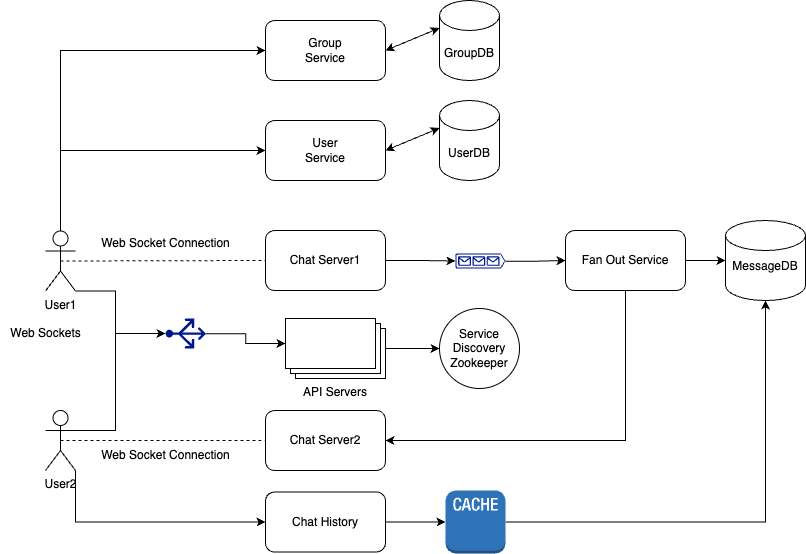
This is images/ChatSystem.png from muskan70/HLDSolutions, a draw.io export, as it was before one commit. Source tidied: cells renumbered, new cells last; positions are measured from the earlier drawing's top-left corner, leaving out a move shared by most shapes.
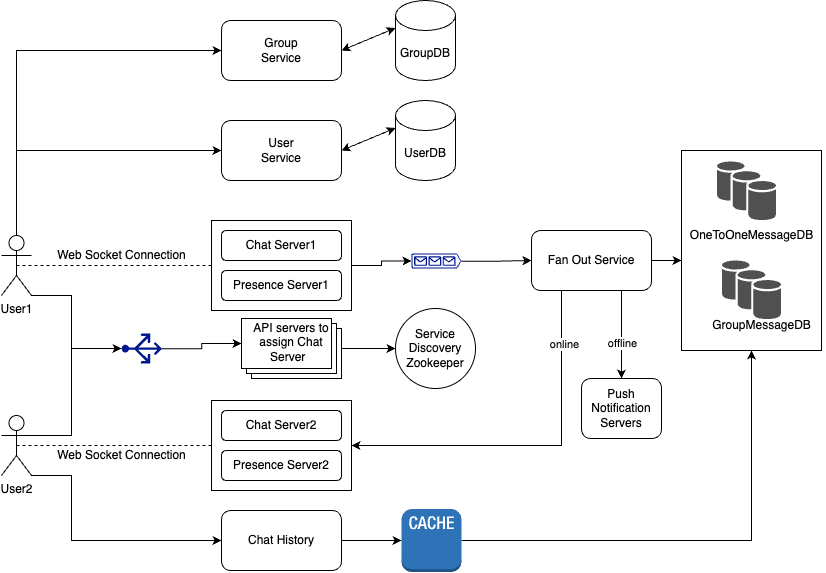
After the commit.

Commit message:
chat system go through added

Diff of the diagram source:
```diff
@@ -2,9 +2,15 @@
   <root>
     <mxCell id="0" />
     <mxCell id="1" parent="0" />
-    <mxCell id="2" value="MessageDB&lt;div&gt;&lt;br&gt;&lt;/div&gt;" style="shape=cylinder3;whiteSpace=wrap;html=1;boundedLbl=1;backgroundOutline=1;size=15;" parent="1" vertex="1">
-      <mxGeometry x="725" y="220" width="80" height="80" as="geometry" />
-    </mxCell>
+    <mxCell id="38" style="rounded=0;whiteSpace=wrap;html=1;" parent="1" vertex="1">
+      <mxGeometry x="725" y="150" width="140" height="200" as="geometry" />
+    </mxCell>
+    <mxCell id="39" style="rounded=0;whiteSpace=wrap;html=1;" parent="1" vertex="1">
+      <mxGeometry x="255" y="400" width="140" height="90" as="geometry" />
+    </mxCell>
+    <mxCell id="40" style="rounded=0;whiteSpace=wrap;html=1;" parent="1" vertex="1">
+      <mxGeometry x="255" y="220" width="140" height="90" as="geometry" />
+    </mxCell>
     <mxCell id="3" style="edgeStyle=orthogonalEdgeStyle;rounded=0;jettySize=auto;html=1;exitX=0.5;exitY=0;exitDx=0;exitDy=0;exitPerimeter=0;entryX=0;entryY=0.5;entryDx=0;entryDy=0;" parent="1" edge="1" source="5" target="17">
       <mxGeometry relative="1" as="geometry" />
     </mxCell>
@@ -16,40 +22,55 @@
       </mxGeometry>
     </mxCell>
     <mxCell id="5" value="User1" style="shape=umlActor;verticalLabelPosition=bottom;verticalAlign=top;html=1;outlineConnect=0;" parent="1" vertex="1">
-      <mxGeometry x="45" y="230.5" width="30" height="60" as="geometry" />
+      <mxGeometry x="45" y="235" width="30" height="60" as="geometry" />
     </mxCell>
-    <mxCell id="6" style="edgeStyle=orthogonalEdgeStyle;rounded=0;jettySize=auto;html=1;exitX=1;exitY=0.5;exitDx=0;exitDy=0;" parent="1" edge="1" source="7" target="13">
+    <mxCell id="6" style="edgeStyle=orthogonalEdgeStyle;rounded=0;jettySize=auto;html=1;exitX=1;exitY=0.5;exitDx=0;exitDy=0;" parent="1" edge="1" source="40" target="13">
       <mxGeometry relative="1" as="geometry" />
     </mxCell>
     <mxCell id="7" value="Chat Server1" style="rounded=1;whiteSpace=wrap;html=1;" parent="1" vertex="1">
-      <mxGeometry x="265" y="230" width="120" height="60" as="geometry" />
+      <mxGeometry x="265" y="230" width="120" height="30" as="geometry" />
     </mxCell>
     <mxCell id="8" style="edgeStyle=orthogonalEdgeStyle;rounded=0;jettySize=auto;html=1;exitX=1;exitY=1;exitDx=0;exitDy=0;exitPerimeter=0;entryX=0;entryY=0.5;entryDx=0;entryDy=0;" parent="1" edge="1" source="9" target="25">
-      <mxGeometry relative="1" as="geometry" />
+      <mxGeometry relative="1" as="geometry">
+        <Array as="points">
+          <mxPoint x="115" y="475" />
+          <mxPoint x="115" y="540" />
+        </Array>
+      </mxGeometry>
     </mxCell>
     <mxCell id="9" value="User2" style="shape=umlActor;verticalLabelPosition=bottom;verticalAlign=top;html=1;outlineConnect=0;" parent="1" vertex="1">
-      <mxGeometry x="45" y="410" width="30" height="60" as="geometry" />
+      <mxGeometry x="45" y="415" width="30" height="60" as="geometry" />
     </mxCell>
     <mxCell id="10" value="Chat Server2" style="rounded=1;whiteSpace=wrap;html=1;" parent="1" vertex="1">
-      <mxGeometry x="265" y="410" width="120" height="60" as="geometry" />
+      <mxGeometry x="265" y="410" width="120" height="30" as="geometry" />
     </mxCell>
-    <mxCell id="11" value="Web Sockets" style="text;html=1;align=center;verticalAlign=middle;strokeColor=none;fillColor=none;" parent="1" vertex="1">
-      <mxGeometry y="318" width="90" height="30" as="geometry" />
-    </mxCell>
     <mxCell id="12" style="edgeStyle=orthogonalEdgeStyle;rounded=0;jettySize=auto;html=1;exitX=1;exitY=0.51;exitDx=0;exitDy=0;exitPerimeter=0;" parent="1" edge="1" source="13" target="16">
       <mxGeometry relative="1" as="geometry" />
     </mxCell>
     <mxCell id="13" style="sketch=0;shadow=0;dashed=0;html=1;strokeColor=none;labelPosition=center;verticalLabelPosition=bottom;verticalAlign=top;align=center;fillColor=#00188D;shape=mxgraph.azure.queue_generic;" parent="1" vertex="1">
       <mxGeometry x="455" y="253" width="50" height="15" as="geometry" />
     </mxCell>
-    <mxCell id="14" style="edgeStyle=orthogonalEdgeStyle;rounded=0;jettySize=auto;html=1;exitX=0.5;exitY=1;exitDx=0;exitDy=0;entryX=1;entryY=0.5;entryDx=0;entryDy=0;" parent="1" edge="1" source="16" target="10">
+    <mxCell id="14" style="edgeStyle=orthogonalEdgeStyle;rounded=0;jettySize=auto;html=1;exitX=0.25;exitY=1;exitDx=0;exitDy=0;entryX=1;entryY=0.5;entryDx=0;entryDy=0;" parent="1" edge="1" source="16" target="39">
       <mxGeometry relative="1" as="geometry" />
     </mxCell>
+    <mxCell id="41" value="online" style="edgeLabel;html=1;align=center;verticalAlign=middle;" parent="14" vertex="1">
+      <mxGeometry x="-0.71" y="2" relative="1" as="geometry" />
+    </mxCell>
-    <mxCell id="15" style="edgeStyle=orthogonalEdgeStyle;rounded=0;jettySize=auto;html=1;exitX=1;exitY=0.5;exitDx=0;exitDy=0;" parent="1" edge="1" source="16" target="2">
-      <mxGeometry relative="1" as="geometry" />
+    <mxCell id="15" style="edgeStyle=orthogonalEdgeStyle;rounded=0;jettySize=auto;html=1;exitX=1;exitY=0.5;exitDx=0;exitDy=0;" parent="1" edge="1" source="16">
+      <mxGeometry relative="1" as="geometry">
+        <mxPoint x="725" y="260" as="targetPoint" />
+      </mxGeometry>
     </mxCell>
+    <mxCell id="42" style="edgeStyle=orthogonalEdgeStyle;rounded=0;jettySize=auto;html=1;exitX=0.75;exitY=1;exitDx=0;exitDy=0;" parent="1" edge="1" source="16" target="52">
+      <mxGeometry relative="1" as="geometry" />
+    </mxCell>
+    <mxCell id="43" value="offline" style="edgeLabel;html=1;align=center;verticalAlign=middle;" parent="42" vertex="1">
+      <mxGeometry x="-0.2" relative="1" as="geometry">
+        <mxPoint y="17" as="offset" />
+      </mxGeometry>
+    </mxCell>
     <mxCell id="16" value="Fan Out Service" style="rounded=1;whiteSpace=wrap;html=1;" parent="1" vertex="1">
-      <mxGeometry x="565" y="230" width="120" height="60" as="geometry" />
+      <mxGeometry x="575" y="230" width="120" height="60" as="geometry" />
     </mxCell>
     <mxCell id="17" value="User&lt;div&gt;Service&lt;/div&gt;" style="rounded=1;whiteSpace=wrap;html=1;" parent="1" vertex="1">
       <mxGeometry x="265" y="120" width="120" height="60" as="geometry" />
@@ -58,59 +79,40 @@
       <mxGeometry relative="1" as="geometry" />
     </mxCell>
     <mxCell id="19" style="sketch=0;shadow=0;dashed=0;html=1;strokeColor=none;labelPosition=center;verticalLabelPosition=bottom;verticalAlign=top;align=center;fillColor=#00188D;shape=mxgraph.azure.load_balancer_generic;direction=north;" parent="1" vertex="1">
-      <mxGeometry x="165" y="318" width="40.5" height="30" as="geometry" />
+      <mxGeometry x="165" y="333" width="40.5" height="30" as="geometry" />
     </mxCell>
-    <mxCell id="20" style="edgeStyle=orthogonalEdgeStyle;rounded=0;jettySize=auto;html=1;entryX=0.5;entryY=0;entryDx=0;entryDy=0;entryPerimeter=0;exitX=1;exitY=1;exitDx=0;exitDy=0;exitPerimeter=0;" parent="1" edge="1" source="5" target="19">
-      <mxGeometry relative="1" as="geometry">
-        <Array as="points">
-          <mxPoint x="115" y="290" />
-          <mxPoint x="115" y="333" />
-        </Array>
-      </mxGeometry>
-    </mxCell>
     <mxCell id="21" value="UserDB" style="shape=cylinder3;whiteSpace=wrap;html=1;boundedLbl=1;backgroundOutline=1;size=15;" parent="1" vertex="1">
       <mxGeometry x="439" y="100" width="60" height="80" as="geometry" />
     </mxCell>
     <mxCell id="22" style="endArrow=classic;startArrow=classic;html=1;rounded=0;exitX=1;exitY=0.5;exitDx=0;exitDy=0;entryX=0;entryY=0;entryDx=0;entryDy=27.5;entryPerimeter=0;" parent="1" edge="1" source="17" target="21">
       <mxGeometry relative="1" as="geometry" />
     </mxCell>
-    <mxCell id="23" style="edgeStyle=orthogonalEdgeStyle;rounded=0;jettySize=auto;html=1;exitX=1;exitY=0.5;exitDx=0;exitDy=0;exitPerimeter=0;entryX=0.5;entryY=1;entryDx=0;entryDy=0;entryPerimeter=0;" parent="1" edge="1" source="24" target="2">
-      <mxGeometry relative="1" as="geometry" />
-    </mxCell>
+    <mxCell id="44" style="edgeStyle=orthogonalEdgeStyle;rounded=0;jettySize=auto;html=1;exitX=1;exitY=0.5;exitDx=0;exitDy=0;exitPerimeter=0;entryX=0.5;entryY=1;entryDx=0;entryDy=0;" parent="1" edge="1" source="24" target="38">
+      <mxGeometry relative="1" as="geometry" />
+    </mxCell>
     <mxCell id="24" style="outlineConnect=0;dashed=0;verticalLabelPosition=bottom;verticalAlign=top;align=center;html=1;shape=mxgraph.aws3.cache_node;fillColor=#2E73B8;gradientColor=none;" parent="1" vertex="1">
-      <mxGeometry x="445" y="490" width="60" height="63" as="geometry" />
+      <mxGeometry x="445" y="508.5" width="60" height="63" as="geometry" />
     </mxCell>
     <mxCell id="25" value="Chat History" style="rounded=1;whiteSpace=wrap;html=1;" parent="1" vertex="1">
-      <mxGeometry x="265" y="491.5" width="120" height="60" as="geometry" />
+      <mxGeometry x="265" y="510" width="120" height="60" as="geometry" />
     </mxCell>
     <mxCell id="26" style="edgeStyle=orthogonalEdgeStyle;rounded=0;jettySize=auto;html=1;exitX=1;exitY=0.5;exitDx=0;exitDy=0;entryX=0;entryY=0.5;entryDx=0;entryDy=0;entryPerimeter=0;" parent="1" edge="1" source="25" target="24">
       <mxGeometry relative="1" as="geometry" />
     </mxCell>
-    <mxCell id="27" style="edgeStyle=orthogonalEdgeStyle;rounded=0;jettySize=auto;html=1;exitX=0.5;exitY=0.5;exitDx=0;exitDy=0;exitPerimeter=0;entryX=0.5;entryY=0;entryDx=0;entryDy=0;entryPerimeter=0;" parent="1" edge="1" source="9" target="19">
-      <mxGeometry relative="1" as="geometry">
-        <Array as="points">
-          <mxPoint x="60" y="430" />
-          <mxPoint x="115" y="430" />
-          <mxPoint x="115" y="333" />
-        </Array>
-      </mxGeometry>
-    </mxCell>
     <mxCell id="28" style="edgeStyle=orthogonalEdgeStyle;rounded=0;jettySize=auto;html=1;entryX=0;entryY=0.5;entryDx=0;entryDy=0;" parent="1" edge="1" source="29" target="30">
       <mxGeometry relative="1" as="geometry" />
     </mxCell>
-    <mxCell id="29" value="API Servers" style="verticalLabelPosition=bottom;verticalAlign=top;html=1;shape=mxgraph.basic.layered_rect;dx=10;outlineConnect=0;whiteSpace=wrap;" parent="1" vertex="1">
+    <mxCell id="29" style="verticalLabelPosition=bottom;verticalAlign=top;html=1;shape=mxgraph.basic.layered_rect;dx=10;outlineConnect=0;whiteSpace=wrap;" parent="1" vertex="1">
       <mxGeometry x="285" y="318" width="100" height="60" as="geometry" />
     </mxCell>
     <mxCell id="30" value="Service&lt;div&gt;Discovery&lt;/div&gt;&lt;div&gt;Zookeeper&lt;/div&gt;" style="ellipse;whiteSpace=wrap;html=1;" parent="1" vertex="1">
       <mxGeometry x="439" y="308" width="80" height="80" as="geometry" />
     </mxCell>
-    <mxCell id="31" style="endArrow=none;dashed=1;html=1;rounded=0;entryX=0;entryY=0.5;entryDx=0;entryDy=0;exitX=0.5;exitY=0.5;exitDx=0;exitDy=0;exitPerimeter=0;" parent="1" edge="1" source="5" target="7">
+    <mxCell id="31" style="endArrow=none;dashed=1;html=1;rounded=0;entryX=0;entryY=0.5;entryDx=0;entryDy=0;exitX=0.5;exitY=0.5;exitDx=0;exitDy=0;exitPerimeter=0;" parent="1" edge="1" source="5" target="40">
       <mxGeometry relative="1" as="geometry" />
     </mxCell>
-    <mxCell id="32" style="endArrow=none;dashed=1;html=1;rounded=0;" parent="1" edge="1" target="10">
-      <mxGeometry relative="1" as="geometry">
-        <mxPoint x="60" y="440" as="sourcePoint" />
-      </mxGeometry>
+    <mxCell id="32" style="endArrow=none;dashed=1;html=1;rounded=0;entryX=0;entryY=0.5;entryDx=0;entryDy=0;exitX=0.5;exitY=0.5;exitDx=0;exitDy=0;exitPerimeter=0;" parent="1" edge="1" source="9" target="39">
+      <mxGeometry relative="1" as="geometry" />
     </mxCell>
     <mxCell id="33" value="Group&lt;br&gt;&lt;div&gt;Service&lt;/div&gt;" style="rounded=1;whiteSpace=wrap;html=1;" parent="1" vertex="1">
       <mxGeometry x="265" y="20" width="120" height="60" as="geometry" />
@@ -122,10 +124,50 @@
       <mxGeometry relative="1" as="geometry" />
     </mxCell>
     <mxCell id="36" value="Web Socket Connection" style="text;html=1;align=center;verticalAlign=middle;strokeColor=none;fillColor=none;" parent="1" vertex="1">
-      <mxGeometry x="90" y="228" width="150" height="30" as="geometry" />
+      <mxGeometry x="90" y="240" width="150" height="30" as="geometry" />
     </mxCell>
     <mxCell id="37" value="Web Socket Connection" style="text;html=1;align=center;verticalAlign=middle;strokeColor=none;fillColor=none;" parent="1" vertex="1">
       <mxGeometry x="90" y="440" width="150" height="30" as="geometry" />
     </mxCell>
+    <mxCell id="45" value="API servers to assign Chat Server&amp;nbsp;&amp;nbsp;" style="text;html=1;align=center;verticalAlign=middle;whiteSpace=wrap;rounded=0;" parent="1" vertex="1">
+      <mxGeometry x="295" y="320" width="80" height="43" as="geometry" />
+    </mxCell>
+    <mxCell id="46" value="Presence Server1" style="rounded=1;whiteSpace=wrap;html=1;" parent="1" vertex="1">
+      <mxGeometry x="265" y="270" width="120" height="30" as="geometry" />
+    </mxCell>
+    <mxCell id="47" value="Presence Server2" style="rounded=1;whiteSpace=wrap;html=1;" parent="1" vertex="1">
+      <mxGeometry x="265" y="450" width="120" height="30" as="geometry" />
+    </mxCell>
+    <mxCell id="20" style="edgeStyle=orthogonalEdgeStyle;rounded=0;jettySize=auto;html=1;exitX=1;exitY=1;exitDx=0;exitDy=0;exitPerimeter=0;entryX=0.5;entryY=0;entryDx=0;entryDy=0;entryPerimeter=0;" parent="1" edge="1" source="5" target="19">
+      <mxGeometry relative="1" as="geometry">
+        <Array as="points">
+          <mxPoint x="115" y="295" />
+          <mxPoint x="115" y="348" />
+        </Array>
+      </mxGeometry>
+    </mxCell>
+    <mxCell id="27" style="edgeStyle=orthogonalEdgeStyle;rounded=0;jettySize=auto;html=1;exitX=1;exitY=0.3333333333333333;exitDx=0;exitDy=0;exitPerimeter=0;entryX=0.5;entryY=0;entryDx=0;entryDy=0;entryPerimeter=0;" parent="1" edge="1" source="9" target="19">
+      <mxGeometry relative="1" as="geometry">
+        <Array as="points">
+          <mxPoint x="115" y="435" />
+          <mxPoint x="115" y="348" />
+        </Array>
+      </mxGeometry>
+    </mxCell>
+    <mxCell id="48" style="sketch=0;shadow=0;dashed=0;html=1;strokeColor=none;fillColor=#505050;labelPosition=center;verticalLabelPosition=bottom;verticalAlign=top;align=center;shape=mxgraph.office.databases.database_availability_group;" parent="1" vertex="1">
+      <mxGeometry x="765.5" y="260" width="59" height="59" as="geometry" />
+    </mxCell>
+    <mxCell id="49" style="sketch=0;shadow=0;dashed=0;html=1;strokeColor=none;fillColor=#505050;labelPosition=center;verticalLabelPosition=bottom;verticalAlign=top;align=center;shape=mxgraph.office.databases.database_availability_group;" parent="1" vertex="1">
+      <mxGeometry x="760.5" y="161" width="59" height="59" as="geometry" />
+    </mxCell>
+    <mxCell id="50" value="OneToOneMessageDB" style="text;html=1;align=center;verticalAlign=middle;strokeColor=none;fillColor=none;" parent="1" vertex="1">
+      <mxGeometry x="720" y="220" width="150" height="30" as="geometry" />
+    </mxCell>
+    <mxCell id="51" value="GroupMessageDB" style="text;html=1;align=center;verticalAlign=middle;strokeColor=none;fillColor=none;" parent="1" vertex="1">
+      <mxGeometry x="745" y="310" width="120" height="30" as="geometry" />
+    </mxCell>
+    <mxCell id="52" value="Push&lt;div&gt;Notification&lt;div&gt;Servers&lt;/div&gt;&lt;/div&gt;" style="rounded=1;whiteSpace=wrap;html=1;" parent="1" vertex="1">
+      <mxGeometry x="625" y="378" width="80" height="60" as="geometry" />
+    </mxCell>
   </root>
 </mxGraphModel>
```
